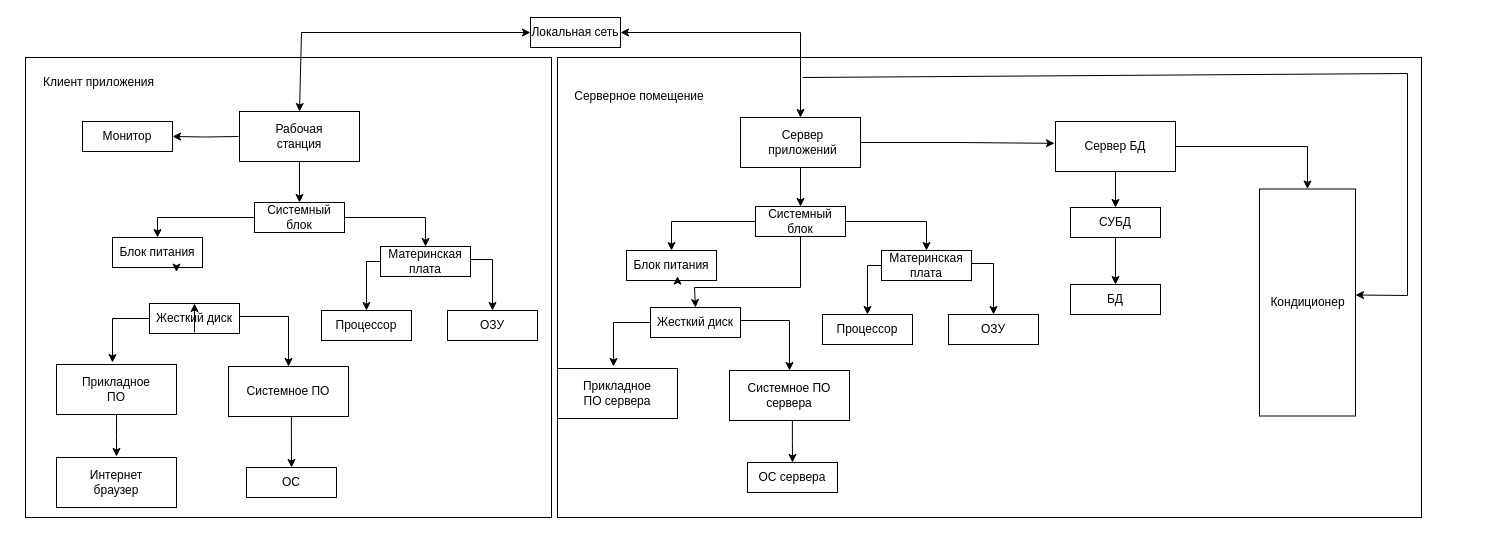
hiff0/db-city-council keeps this draw.io diagram as Проектная модель СЭ АИС.drawio. Above is the earlier version. Source tidied: cells renumbered, new cells numbered last; positions are measured from the earlier drawing's top-left corner, leaving out a move shared by most shapes. Both pictures are drawn from the tidied source at 100%, with x=0, y=0 at pixel (25, 17).
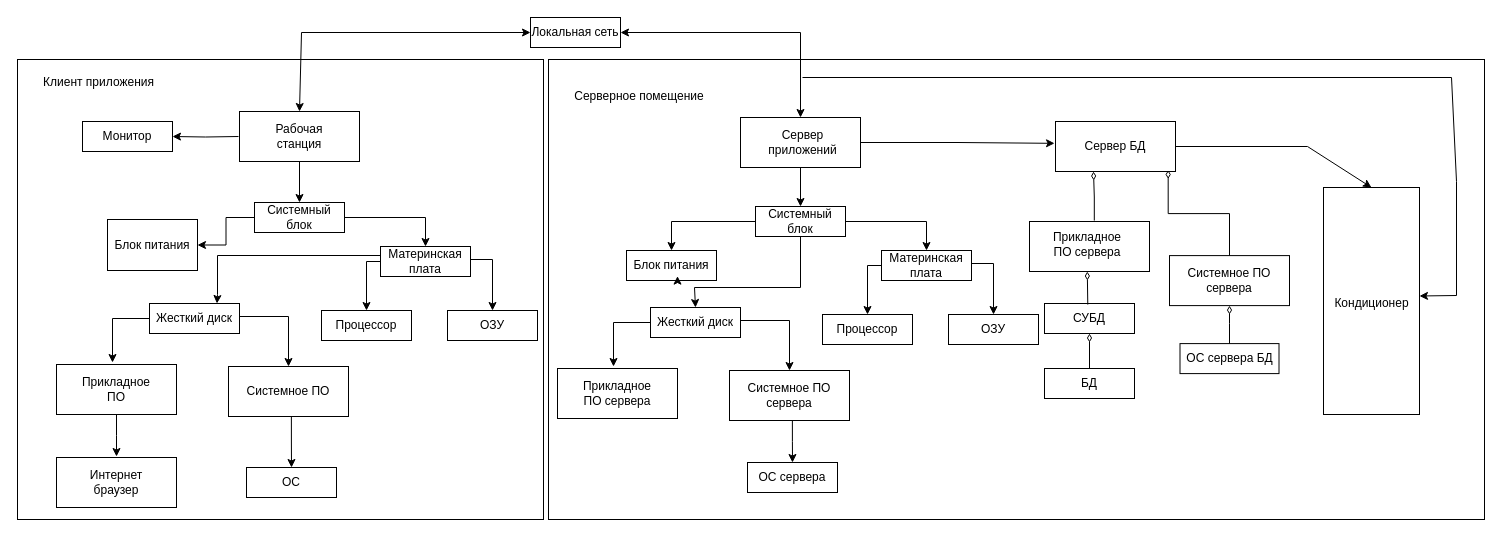
The same diagram, later.

The change refers to these unchanged cells:
```xml
<mxCell id="21" style="rounded=0;whiteSpace=wrap;html=1;strokeColor=#000000;fillColor=none;fontColor=#000000;" parent="1" vertex="1">
  <mxGeometry x="1030" y="104" width="120" height="50" as="geometry" />
</mxCell>
<mxCell id="35" value="&lt;font&gt;Жесткий диск&lt;/font&gt;" style="text;html=1;align=center;verticalAlign=middle;whiteSpace=wrap;rounded=0;strokeColor=#000000;fontColor=#000000;" parent="1" vertex="1">
  <mxGeometry x="124" y="286" width="90" height="30" as="geometry" />
</mxCell>
<mxCell id="38" value="&lt;font&gt;Материнская плата&lt;/font&gt;" style="text;html=1;align=center;verticalAlign=middle;whiteSpace=wrap;rounded=0;strokeColor=#000000;fontColor=#000000;" parent="1" vertex="1">
  <mxGeometry x="355" y="229" width="90" height="30" as="geometry" />
</mxCell>
```

Change to the diagram source:
```diff
@@
-    <mxCell id="20" style="edgeStyle=orthogonalEdgeStyle;rounded=0;jettySize=auto;html=1;strokeColor=#000000;fontColor=#000000;" parent="1" edge="1" source="21" target="25">
-      <mxGeometry relative="1" as="geometry" />
-    </mxCell>
@@
-    <mxCell id="23" value="&lt;font&gt;БД&lt;/font&gt;" style="text;html=1;align=center;verticalAlign=middle;whiteSpace=wrap;rounded=0;strokeColor=#000000;fontColor=#000000;" parent="1" vertex="1">
-      <mxGeometry x="1045" y="267" width="90" height="30" as="geometry" />
-    </mxCell>
-    <mxCell id="24" style="edgeStyle=orthogonalEdgeStyle;rounded=0;jettySize=auto;html=1;strokeColor=#000000;fontColor=#000000;" parent="1" edge="1" source="25" target="23">
-      <mxGeometry relative="1" as="geometry" />
-    </mxCell>
-    <mxCell id="25" value="&lt;font&gt;СУБД&lt;/font&gt;" style="text;html=1;align=center;verticalAlign=middle;whiteSpace=wrap;rounded=0;strokeColor=#000000;fontColor=#000000;" parent="1" vertex="1">
-      <mxGeometry x="1045" y="190" width="90" height="30" as="geometry" />
-    </mxCell>
@@
-    <mxCell id="28" style="edgeStyle=orthogonalEdgeStyle;rounded=0;jettySize=auto;html=1;entryX=0.5;entryY=0;entryDx=0;entryDy=0;strokeColor=#000000;fontColor=#000000;" parent="1" edge="1" source="71" target="35">
-      <mxGeometry relative="1" as="geometry">
-        <Array as="points">
-          <mxPoint x="168" y="266" />
-          <mxPoint x="168" y="286" />
-        </Array>
-      </mxGeometry>
-    </mxCell>
@@
-    <mxCell id="30" style="edgeStyle=orthogonalEdgeStyle;rounded=0;jettySize=auto;html=1;exitX=0.5;exitY=1;exitDx=0;exitDy=0;strokeColor=#000000;fontColor=#000000;" parent="1" edge="1" source="31">
-      <mxGeometry relative="1" as="geometry">
-        <mxPoint x="151" y="254.6" as="targetPoint" />
-      </mxGeometry>
-    </mxCell>
     <mxCell id="31" value="&lt;font&gt;Блок питания&lt;/font&gt;" style="text;html=1;align=center;verticalAlign=middle;whiteSpace=wrap;rounded=0;strokeColor=#000000;fontColor=#000000;" parent="1" vertex="1">
-      <mxGeometry x="87" y="220" width="90" height="30" as="geometry" />
+      <mxGeometry x="82" y="202" width="90" height="51" as="geometry" />
     </mxCell>
@@
-    <mxCell id="39" style="edgeStyle=orthogonalEdgeStyle;rounded=0;orthogonalLoop=1;jettySize=auto;html=1;exitX=0.5;exitY=1;exitDx=0;exitDy=0;strokeColor=#000000;fontColor=#000000;" parent="1" edge="1" source="25" target="25">
-      <mxGeometry relative="1" as="geometry" />
-    </mxCell>
@@
     <mxCell id="62" style="rounded=0;whiteSpace=wrap;html=1;strokeColor=#000000;fillColor=none;fontColor=#000000;" parent="1" vertex="1">
-      <mxGeometry x="532" y="40" width="864" height="460" as="geometry" />
+      <mxGeometry x="523" y="42" width="936" height="460" as="geometry" />
     </mxCell>
@@
     <mxCell id="65" style="rounded=0;whiteSpace=wrap;html=1;strokeColor=#000000;fillColor=none;fontColor=#000000;" parent="1" vertex="1">
-      <mxGeometry x="1234" y="171.5" width="96" height="227" as="geometry" />
+      <mxGeometry x="1298" y="170" width="96" height="227" as="geometry" />
     </mxCell>
     <mxCell id="66" value="&lt;font&gt;Кондиционер&lt;/font&gt;" style="text;html=1;align=center;verticalAlign=middle;whiteSpace=wrap;rounded=0;strokeColor=none;fontColor=#000000;" parent="1" vertex="1">
-      <mxGeometry x="1235" y="270" width="95" height="30" as="geometry" />
+      <mxGeometry x="1299" y="271" width="95" height="30" as="geometry" />
     </mxCell>
@@
     <mxCell id="70" style="endArrow=classic;html=1;rounded=0;strokeColor=#000000;entryX=1;entryY=0.25;entryDx=0;entryDy=0;fontColor=#000000;" parent="1" edge="1" target="66">
       <mxGeometry relative="1" as="geometry">
         <mxPoint x="777" y="60" as="sourcePoint" />
         <Array as="points">
-          <mxPoint x="1382" y="56" />
-          <mxPoint x="1382" y="278" />
+          <mxPoint x="1426" y="60" />
+          <mxPoint x="1431" y="164" />
+          <mxPoint x="1431" y="278" />
         </Array>
       </mxGeometry>
     </mxCell>
     <mxCell id="71" style="rounded=0;whiteSpace=wrap;html=1;strokeColor=#000000;fillColor=none;" parent="1" vertex="1">
-      <mxGeometry y="40" width="526" height="460" as="geometry" />
+      <mxGeometry x="-8" y="42" width="526" height="460" as="geometry" />
     </mxCell>
+    <mxCell id="72" style="edgeStyle=orthogonalEdgeStyle;rounded=0;jettySize=auto;html=1;strokeColor=#000000;fontColor=#000000;exitX=0;exitY=0.25;exitDx=0;exitDy=0;entryX=0.75;entryY=0;entryDx=0;entryDy=0;" parent="1" edge="1" source="38" target="35">
+      <mxGeometry relative="1" as="geometry">
+        <Array as="points">
+          <mxPoint x="355" y="238" />
+          <mxPoint x="192" y="238" />
+          <mxPoint x="192" y="277" />
+          <mxPoint x="192" y="277" />
+        </Array>
+      </mxGeometry>
+    </mxCell>
+    <mxCell id="73" style="edgeStyle=orthogonalEdgeStyle;rounded=0;jettySize=auto;html=1;endArrow=diamondThin;endFill=0;" parent="1" edge="1" source="23" target="25">
+      <mxGeometry relative="1" as="geometry" />
+    </mxCell>
+    <mxCell id="23" value="&lt;font&gt;БД&lt;/font&gt;" style="text;html=1;align=center;verticalAlign=middle;whiteSpace=wrap;rounded=0;strokeColor=#000000;fontColor=#000000;" parent="1" vertex="1">
+      <mxGeometry x="1019" y="351" width="90" height="30" as="geometry" />
+    </mxCell>
+    <mxCell id="25" value="&lt;font&gt;СУБД&lt;/font&gt;" style="text;html=1;align=center;verticalAlign=middle;whiteSpace=wrap;rounded=0;strokeColor=#000000;fontColor=#000000;" parent="1" vertex="1">
+      <mxGeometry x="1019" y="286" width="90" height="30" as="geometry" />
+    </mxCell>
+    <mxCell id="39" style="edgeStyle=orthogonalEdgeStyle;rounded=0;orthogonalLoop=1;jettySize=auto;html=1;exitX=0.5;exitY=1;exitDx=0;exitDy=0;strokeColor=#000000;fontColor=#000000;" parent="1" edge="1" source="25" target="25">
+      <mxGeometry relative="1" as="geometry" />
+    </mxCell>
+    <mxCell id="74" style="rounded=0;whiteSpace=wrap;html=1;strokeColor=#000000;fillColor=none;fontColor=#000000;" parent="1" vertex="1">
+      <mxGeometry x="1004" y="204" width="120" height="50" as="geometry" />
+    </mxCell>
+    <mxCell id="75" value="&lt;font&gt;Прикладное ПО сервера&lt;/font&gt;" style="text;html=1;align=center;verticalAlign=middle;whiteSpace=wrap;rounded=0;strokeColor=none;fontColor=#000000;" parent="1" vertex="1">
+      <mxGeometry x="1017" y="212" width="90" height="30" as="geometry" />
+    </mxCell>
+    <mxCell id="76" style="edgeStyle=orthogonalEdgeStyle;rounded=0;jettySize=auto;html=1;entryX=0.939;entryY=0.97;entryDx=0;entryDy=0;entryPerimeter=0;endArrow=diamondThin;endFill=0;exitX=0.5;exitY=0;exitDx=0;exitDy=0;" parent="1" edge="1" source="77" target="21">
+      <mxGeometry relative="1" as="geometry" />
+    </mxCell>
+    <mxCell id="77" style="rounded=0;whiteSpace=wrap;html=1;strokeColor=#000000;fillColor=none;fontColor=#000000;" parent="1" vertex="1">
+      <mxGeometry x="1144" y="238.1" width="120" height="50" as="geometry" />
+    </mxCell>
+    <mxCell id="78" value="&lt;font&gt;Системное ПО сервера&lt;/font&gt;" style="text;html=1;align=center;verticalAlign=middle;whiteSpace=wrap;rounded=0;strokeColor=none;fontColor=#000000;" parent="1" vertex="1">
+      <mxGeometry x="1159" y="248.1" width="90" height="30" as="geometry" />
+    </mxCell>
+    <mxCell id="79" style="edgeStyle=orthogonalEdgeStyle;rounded=0;jettySize=auto;html=1;endArrow=diamondThin;endFill=0;" parent="1" edge="1" source="80">
+      <mxGeometry relative="1" as="geometry">
+        <mxPoint x="1204" y="288.1" as="targetPoint" />
+      </mxGeometry>
+    </mxCell>
+    <mxCell id="80" value="&lt;font&gt;ОС сервера БД&lt;/font&gt;" style="text;html=1;align=center;verticalAlign=middle;whiteSpace=wrap;rounded=0;strokeColor=#000000;fontColor=#000000;" parent="1" vertex="1">
+      <mxGeometry x="1154.5" y="326.1" width="99" height="30" as="geometry" />
+    </mxCell>
+    <mxCell id="81" style="edgeStyle=orthogonalEdgeStyle;rounded=0;orthogonalLoop=1;jettySize=auto;html=1;exitX=0.5;exitY=1;exitDx=0;exitDy=0;" parent="1" edge="1" source="80" target="80">
+      <mxGeometry relative="1" as="geometry" />
+    </mxCell>
+    <mxCell id="82" style="edgeStyle=orthogonalEdgeStyle;rounded=0;jettySize=auto;html=1;endArrow=diamondThin;endFill=0;exitX=0.481;exitY=0.035;exitDx=0;exitDy=0;exitPerimeter=0;" parent="1" edge="1" source="25">
+      <mxGeometry relative="1" as="geometry">
+        <mxPoint x="1061.8" y="254" as="targetPoint" />
+      </mxGeometry>
+    </mxCell>
+    <mxCell id="83" style="edgeStyle=orthogonalEdgeStyle;rounded=0;jettySize=auto;html=1;entryX=0.939;entryY=0.97;entryDx=0;entryDy=0;entryPerimeter=0;endArrow=diamondThin;endFill=0;exitX=0.54;exitY=-0.019;exitDx=0;exitDy=0;exitPerimeter=0;" parent="1" edge="1" source="74">
+      <mxGeometry relative="1" as="geometry">
+        <mxPoint x="1068" y="154" as="targetPoint" />
+      </mxGeometry>
+    </mxCell>
```
